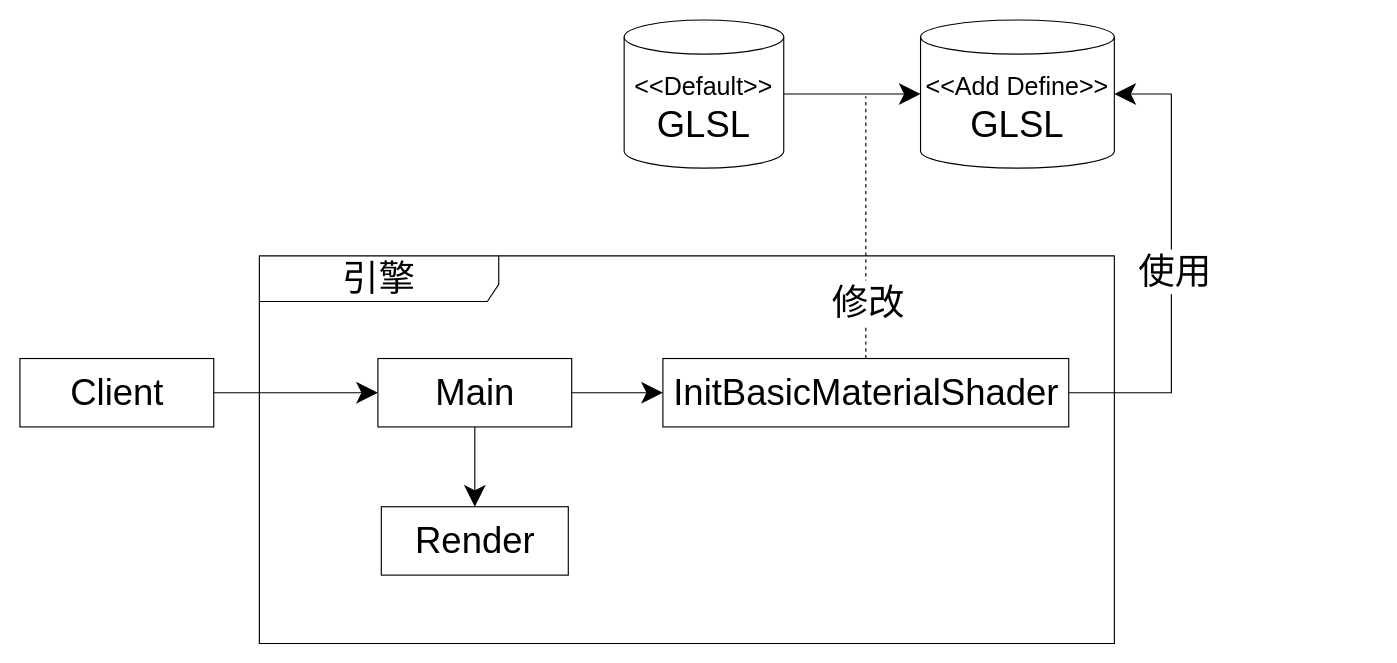
The draw.io diagram packages/拼接模式/story_before/story_before.drawio in yyc-git/3DProgramPattern, before the edit. Source tidied: cells renumbered, new cells numbered last; positions are measured from the earlier drawing's top-left corner, leaving out a move shared by most shapes. Both pictures are drawn from the tidied source at 114%, with x=0, y=0 at pixel (19, 19).
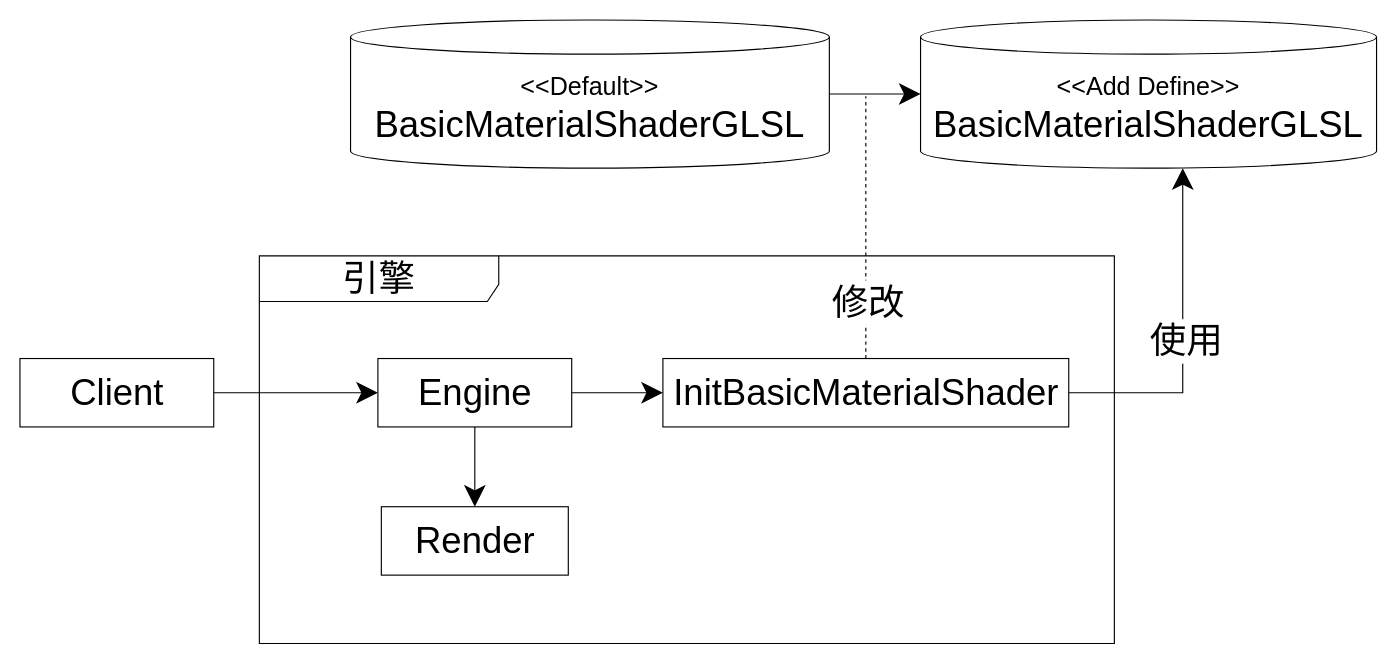
The same page after the edit.

Unchanged cells that the change refers to:
```xml
<mxCell id="15" value="InitBasicMaterialShader" style="html=1;fontSize=32;" parent="1" vertex="1">
  <mxGeometry x="564" y="297" width="356" height="60" as="geometry" />
</mxCell>
```

Change to the diagram source:
```diff
@@
-    <mxCell id="6" value="&lt;font&gt;&lt;font style=&quot;font-size: 22px&quot;&gt;&amp;lt;&amp;lt;Default&amp;gt;&amp;gt;&lt;/font&gt;&lt;br&gt;&lt;span style=&quot;font-size: 32px&quot;&gt;GLSL&lt;/span&gt;&lt;/font&gt;" style="shape=cylinder3;whiteSpace=wrap;html=1;boundedLbl=1;backgroundOutline=1;size=15;" parent="1" vertex="1">
-      <mxGeometry x="530" width="140" height="130" as="geometry" />
+    <mxCell id="6" value="&lt;font&gt;&lt;font style=&quot;font-size: 22px&quot;&gt;&amp;lt;&amp;lt;Default&amp;gt;&amp;gt;&lt;/font&gt;&lt;br&gt;&lt;span style=&quot;font-size: 32px&quot;&gt;BasicMaterialShaderGLSL&lt;/span&gt;&lt;/font&gt;" style="shape=cylinder3;whiteSpace=wrap;html=1;boundedLbl=1;backgroundOutline=1;size=15;" parent="1" vertex="1">
+      <mxGeometry x="290" width="420" height="130" as="geometry" />
     </mxCell>
-    <mxCell id="7" value="&lt;font&gt;&lt;font style=&quot;font-size: 22px&quot;&gt;&amp;lt;&amp;lt;Add Define&amp;gt;&amp;gt;&lt;/font&gt;&lt;br&gt;&lt;span style=&quot;font-size: 32px&quot;&gt;GLSL&lt;/span&gt;&lt;/font&gt;" style="shape=cylinder3;whiteSpace=wrap;html=1;boundedLbl=1;backgroundOutline=1;size=15;" parent="1" vertex="1">
-      <mxGeometry x="790" width="170" height="130" as="geometry" />
+    <mxCell id="7" value="&lt;font&gt;&lt;font style=&quot;font-size: 22px&quot;&gt;&amp;lt;&amp;lt;Add Define&amp;gt;&amp;gt;&lt;/font&gt;&lt;br&gt;&lt;span style=&quot;font-size: 32px&quot;&gt;BasicMaterialShaderGLSL&lt;/span&gt;&lt;/font&gt;" style="shape=cylinder3;whiteSpace=wrap;html=1;boundedLbl=1;backgroundOutline=1;size=15;" parent="1" vertex="1">
+      <mxGeometry x="790" width="400" height="130" as="geometry" />
     </mxCell>
@@
-    <mxCell id="10" value="Main" style="html=1;fontSize=32;" parent="1" vertex="1">
+    <mxCell id="10" value="Engine" style="html=1;fontSize=32;" parent="1" vertex="1">
       <mxGeometry x="314" y="297" width="170" height="60" as="geometry" />
     </mxCell>
@@
-    <mxCell id="13" style="edgeStyle=orthogonalEdgeStyle;rounded=0;jettySize=auto;html=1;entryX=1;entryY=0.5;entryDx=0;entryDy=0;entryPerimeter=0;endArrow=classic;endFill=1;startSize=16;endSize=16;exitX=1;exitY=0.5;exitDx=0;exitDy=0;" parent="1" edge="1" source="15" target="7">
+    <mxCell id="13" style="edgeStyle=orthogonalEdgeStyle;rounded=0;jettySize=auto;html=1;endArrow=classic;endFill=1;startSize=16;endSize=16;exitX=1;exitY=0.5;exitDx=0;exitDy=0;" parent="1" edge="1" source="15" target="7">
       <mxGeometry relative="1" as="geometry">
         <Array as="points">
-          <mxPoint x="1010" y="327" />
-          <mxPoint x="1010" y="65" />
+          <mxPoint x="1020" y="327" />
         </Array>
       </mxGeometry>
     </mxCell>
```
